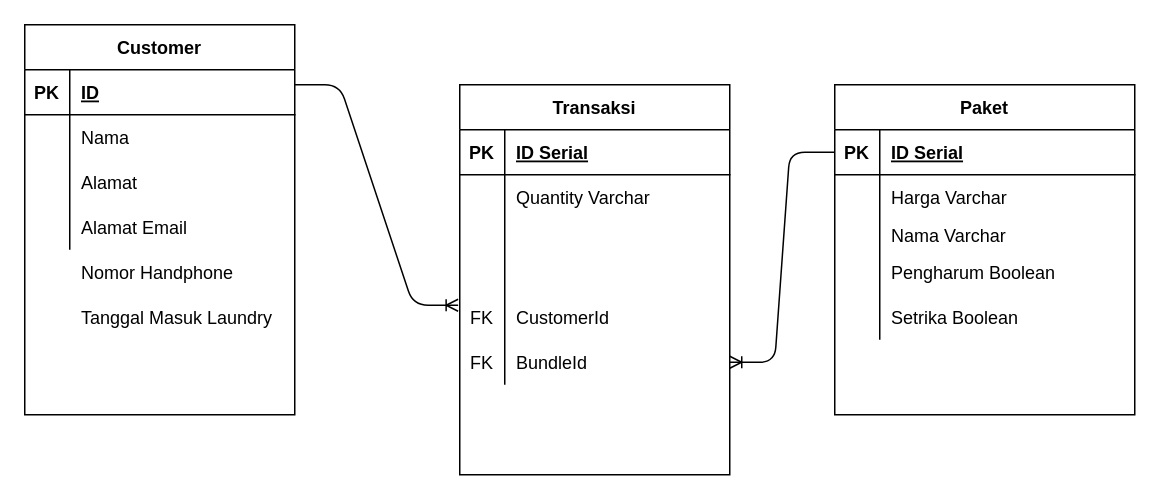
Earlier version of the draw.io diagram Schema/Laundry Schema.drawio (fasowllaza/pair-project). Source tidied: cells renumbered, new cells numbered last; positions are measured from the earlier drawing's top-left corner, leaving out a move shared by most shapes. Both pictures are drawn from the tidied source at 150%, with x=0, y=0 at pixel (24, 24).
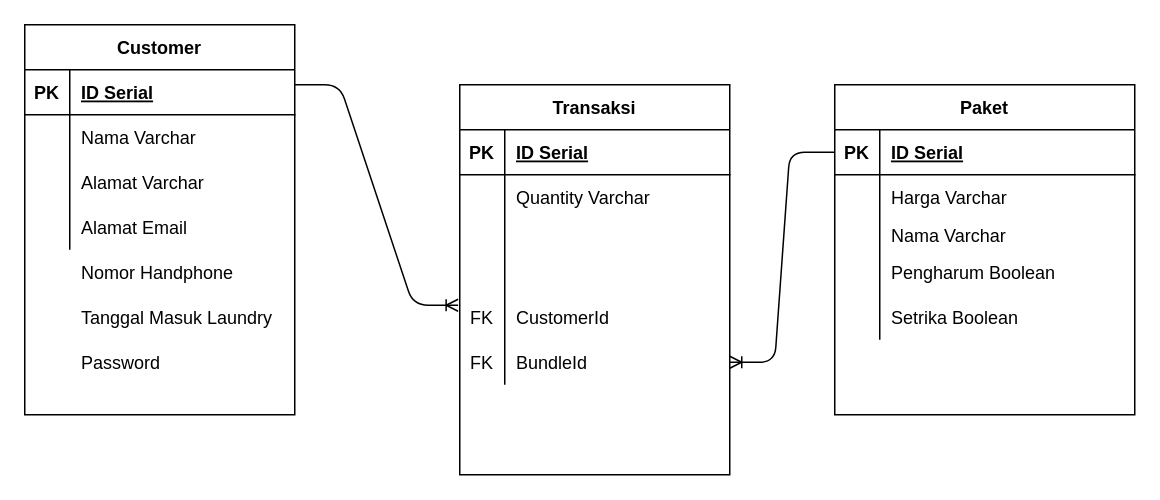
After the change.

The change refers to these unchanged cells:
```xml
<mxCell id="3" style="shape=partialRectangle;fillColor=none;top=0;left=0;bottom=1;right=0;" parent="2" vertex="1">
  <mxGeometry y="30" width="180" height="30" as="geometry" />
</mxCell>
<mxCell id="6" style="shape=partialRectangle;fillColor=none;top=0;left=0;bottom=0;right=0;" parent="2" vertex="1">
  <mxGeometry y="60" width="180" height="30" as="geometry" />
</mxCell>
<mxCell id="9" style="shape=partialRectangle;fillColor=none;top=0;left=0;bottom=0;right=0;" parent="2" vertex="1">
  <mxGeometry y="90" width="180" height="30" as="geometry" />
</mxCell>
```

The edit, as a diff of the source:
```diff
@@
-    <mxCell id="5" value="ID" style="shape=partialRectangle;fillColor=none;top=0;left=0;bottom=0;right=0;align=left;spacingLeft=6;fontStyle=5;overflow=hidden;" parent="3" vertex="1">
+    <mxCell id="5" value="ID Serial" style="shape=partialRectangle;fillColor=none;top=0;left=0;bottom=0;right=0;align=left;spacingLeft=6;fontStyle=5;overflow=hidden;" parent="3" vertex="1">
       <mxGeometry x="30" width="150" height="30" as="geometry" />
     </mxCell>
@@
-    <mxCell id="8" value="Nama" style="shape=partialRectangle;fillColor=none;top=0;left=0;bottom=0;right=0;align=left;spacingLeft=6;overflow=hidden;" parent="6" vertex="1">
+    <mxCell id="8" value="Nama Varchar" style="shape=partialRectangle;fillColor=none;top=0;left=0;bottom=0;right=0;align=left;spacingLeft=6;overflow=hidden;" parent="6" vertex="1">
       <mxGeometry x="30" width="150" height="30" as="geometry" />
     </mxCell>
@@
-    <mxCell id="11" value="Alamat" style="shape=partialRectangle;fillColor=none;top=0;left=0;bottom=0;right=0;align=left;spacingLeft=6;overflow=hidden;" parent="9" vertex="1">
+    <mxCell id="11" value="Alamat Varchar" style="shape=partialRectangle;fillColor=none;top=0;left=0;bottom=0;right=0;align=left;spacingLeft=6;overflow=hidden;" parent="9" vertex="1">
       <mxGeometry x="30" width="150" height="30" as="geometry" />
     </mxCell>
@@
+    <mxCell id="56" value="Password" style="shape=partialRectangle;fillColor=none;top=0;left=0;bottom=0;right=0;align=left;spacingLeft=6;overflow=hidden;" parent="1" vertex="1">
+      <mxGeometry x="30" y="210" width="150" height="30" as="geometry" />
+    </mxCell>
```
